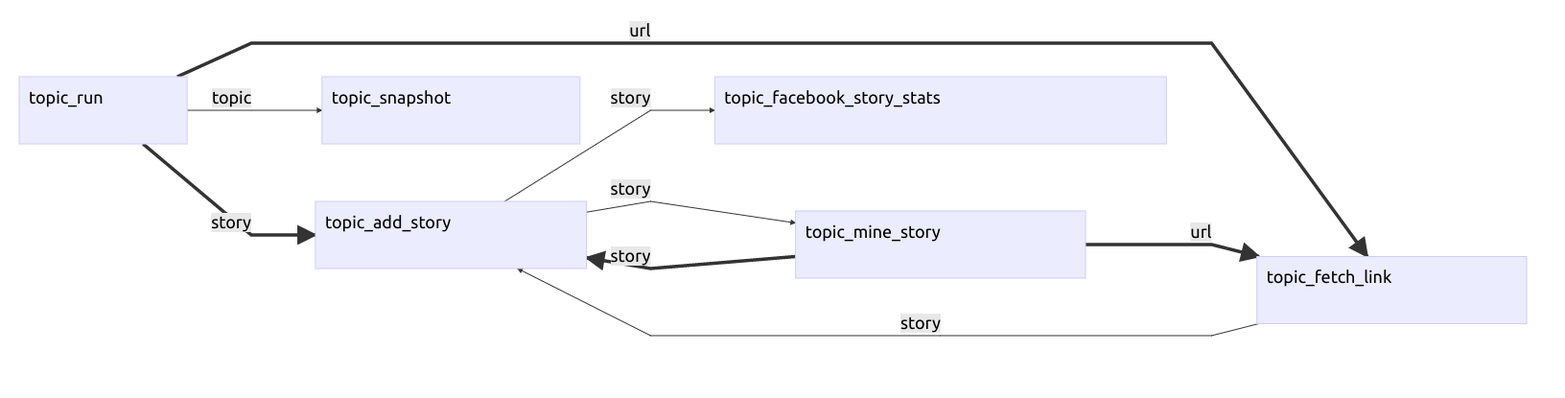
Before: doc/topic_mining.png, a diagram exported from Mermaid (mediacloud/backend). Its source is kept beside it as doc/topic_mining.mermaid. Source of this version:
```mermaid
graph LR;
	topic_run ==story==> topic_add_story;
	topic_run ==url==> topic_fetch_link;
	topic_run --topic--> topic_snapshot;

	topic_mine_story ==url==> topic_fetch_link;
	topic_mine_story ==story==> topic_add_story;

	topic_fetch_link --story--> topic_add_story;

	topic_add_story --story--> topic_mine_story;
	topic_add_story --story--> topic_facebook_story_stats;
```
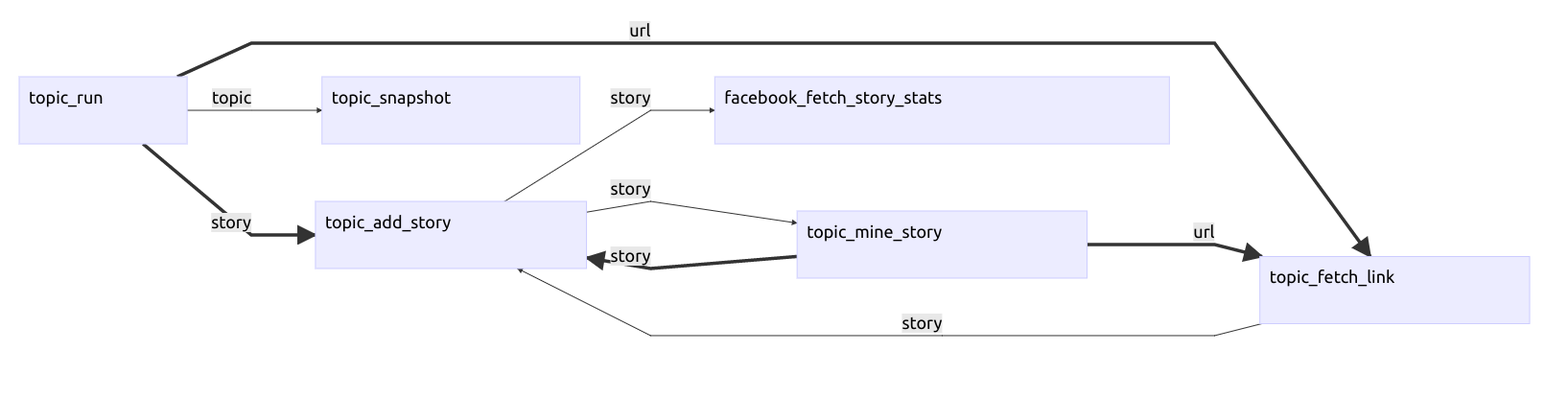
Above is the later version.

What changed in the source:
```diff
@@ -9,4 +9,4 @@
 	topic_fetch_link --story--> topic_add_story;
 
 	topic_add_story --story--> topic_mine_story;
-	topic_add_story --story--> topic_facebook_story_stats;
+	topic_add_story --story--> facebook_fetch_story_stats;
```
